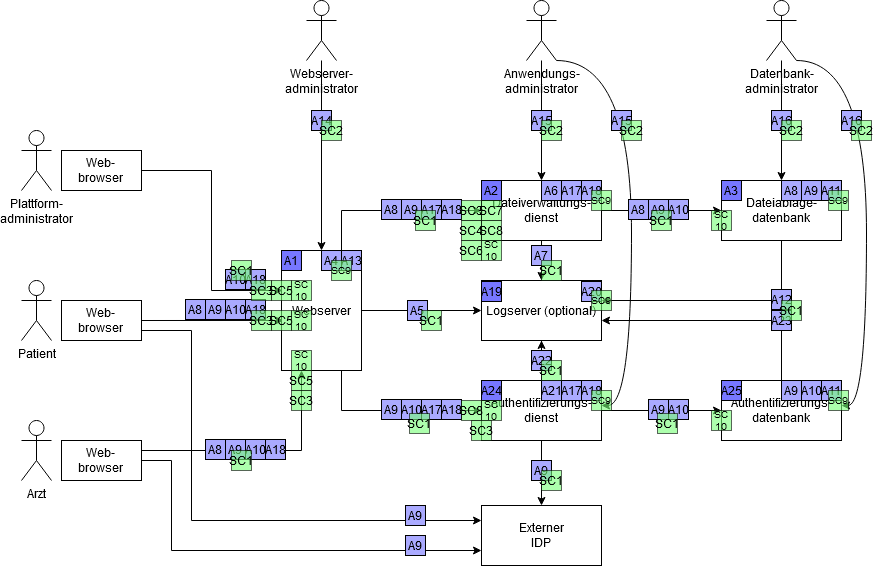
Earlier version of the draw.io export Dokumente/Architekturüberblick/Architekturüberblick (Schutzobjekte und Sicherheitsmaßnahmen).png (DavidFambach/Abgabe-ASE-Patientenakte). Source tidied: cells renumbered, new cells last; positions are measured from the earlier drawing's top-left corner, leaving out a move shared by most shapes.
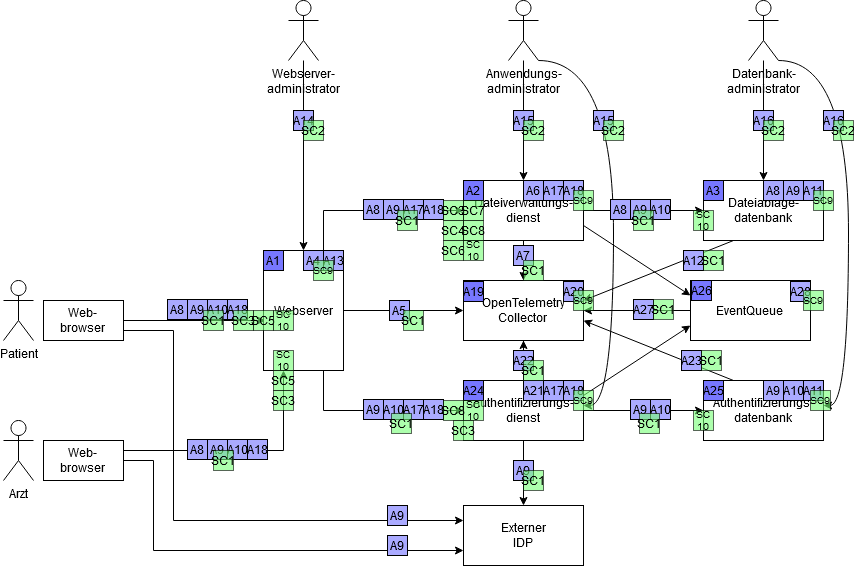
After the commit.

Commit message:
add RabbitMQ to Architekturüberblick

Diff of the diagram source:
```diff
@@ -8,11 +8,10 @@
     <mxCell id="3" value="Arzt" style="shape=umlActor;verticalLabelPosition=bottom;verticalAlign=top;html=1;" parent="1" vertex="1">
       <mxGeometry y="420" width="30" height="60" as="geometry" />
     </mxCell>
-    <mxCell id="4" value="&lt;div&gt;Plattform-&lt;/div&gt;&lt;div&gt;administrator&lt;/div&gt;" style="shape=umlActor;verticalLabelPosition=bottom;verticalAlign=top;html=1;" parent="1" vertex="1">
-      <mxGeometry y="130" width="30" height="60" as="geometry" />
-    </mxCell>
-    <mxCell id="5" style="rounded=0;jettySize=auto;html=1;exitX=1;exitY=0.5;exitDx=0;exitDy=0;entryX=0.025;entryY=0.583;entryDx=0;entryDy=0;startArrow=none;startFill=0;entryPerimeter=0;" parent="1" edge="1" source="6" target="34">
-      <mxGeometry relative="1" as="geometry" />
+    <mxCell id="5" style="rounded=0;jettySize=auto;html=1;exitX=1;exitY=0.5;exitDx=0;exitDy=0;entryX=0.025;entryY=0.583;entryDx=0;entryDy=0;startArrow=none;startFill=0;entryPerimeter=0;" parent="1" edge="1" target="34">
+      <mxGeometry relative="1" as="geometry">
+        <mxPoint x="220" y="320" as="sourcePoint" />
+      </mxGeometry>
     </mxCell>
     <mxCell id="6" value="&lt;div&gt;Web-&lt;/div&gt;&lt;div&gt;browser&lt;br&gt;&lt;/div&gt;" style="rounded=0;whiteSpace=wrap;html=1;" parent="1" vertex="1">
       <mxGeometry x="40" y="300" width="80" height="40" as="geometry" />
@@ -29,9 +28,6 @@
     <mxCell id="8" value="&lt;div&gt;Web-&lt;/div&gt;&lt;div&gt;browser&lt;br&gt;&lt;/div&gt;" style="rounded=0;whiteSpace=wrap;html=1;" parent="1" vertex="1">
       <mxGeometry x="40" y="440" width="80" height="40" as="geometry" />
     </mxCell>
-    <mxCell id="9" value="&lt;div&gt;Web-&lt;/div&gt;&lt;div&gt;browser&lt;br&gt;&lt;/div&gt;" style="rounded=0;whiteSpace=wrap;html=1;" parent="1" vertex="1">
-      <mxGeometry x="40" y="150" width="80" height="40" as="geometry" />
-    </mxCell>
     <mxCell id="10" value="&lt;div&gt;Externer&lt;/div&gt;&lt;div&gt;IDP&lt;br&gt;&lt;/div&gt;" style="rounded=0;whiteSpace=wrap;html=1;" parent="1" vertex="1">
       <mxGeometry x="460" y="505" width="120" height="60" as="geometry" />
     </mxCell>
@@ -41,22 +37,16 @@
     <mxCell id="12" style="edgeStyle=orthogonalEdgeStyle;rounded=0;jettySize=auto;html=1;exitX=0.5;exitY=1;exitDx=0;exitDy=0;entryX=0.5;entryY=0;entryDx=0;entryDy=0;" parent="1" edge="1" source="13" target="16">
       <mxGeometry relative="1" as="geometry" />
     </mxCell>
+    <mxCell id="141" style="edgeStyle=none;rounded=0;jettySize=auto;html=1;exitX=1;exitY=0.75;exitDx=0;exitDy=0;entryX=0;entryY=0.25;entryDx=0;entryDy=0;fontSize=17;" parent="1" edge="1" source="13" target="144">
+      <mxGeometry relative="1" as="geometry" />
+    </mxCell>
     <mxCell id="13" value="&lt;div&gt;Dateiverwaltungs-&lt;/div&gt;&lt;div&gt;dienst&lt;br&gt;&lt;/div&gt;" style="rounded=0;whiteSpace=wrap;html=1;" parent="1" vertex="1">
       <mxGeometry x="460" y="180" width="120" height="60" as="geometry" />
     </mxCell>
-    <mxCell id="14" style="edgeStyle=orthogonalEdgeStyle;rounded=0;jettySize=auto;html=1;exitX=0.5;exitY=1;exitDx=0;exitDy=0;" parent="1" edge="1" source="15">
-      <mxGeometry relative="1" as="geometry">
-        <mxPoint x="580" y="300" as="targetPoint" />
-        <Array as="points">
-          <mxPoint x="760" y="300" />
-          <mxPoint x="580" y="300" />
-        </Array>
-      </mxGeometry>
-    </mxCell>
     <mxCell id="15" value="Dateiablage-datenbank" style="rounded=0;whiteSpace=wrap;html=1;" parent="1" vertex="1">
       <mxGeometry x="700" y="180" width="120" height="60" as="geometry" />
     </mxCell>
-    <mxCell id="16" value="Logserver (optional)" style="rounded=0;whiteSpace=wrap;html=1;" parent="1" vertex="1">
+    <mxCell id="16" value="&lt;span&gt;&lt;span class=&quot;hcV4Re nkGKTb&quot;&gt;OpenTelemetry Collector&lt;br&gt;&lt;/span&gt;&lt;/span&gt;" style="rounded=0;whiteSpace=wrap;html=1;" parent="1" vertex="1">
       <mxGeometry x="460" y="280" width="120" height="60" as="geometry" />
     </mxCell>
     <mxCell id="17" style="edgeStyle=orthogonalEdgeStyle;rounded=0;jettySize=auto;html=1;startArrow=none;startFill=0;endArrow=classic;endFill=1;" parent="1" edge="1" source="19" target="13">
@@ -115,16 +105,15 @@
     <mxCell id="28" style="edgeStyle=orthogonalEdgeStyle;rounded=0;jettySize=auto;html=1;exitX=1;exitY=0.5;exitDx=0;exitDy=0;entryX=0;entryY=0.5;entryDx=0;entryDy=0;" parent="1" edge="1" source="29" target="31">
       <mxGeometry relative="1" as="geometry" />
     </mxCell>
+    <mxCell id="142" style="edgeStyle=none;rounded=0;jettySize=auto;html=1;exitX=1;exitY=0.25;exitDx=0;exitDy=0;entryX=0;entryY=0.75;entryDx=0;entryDy=0;fontSize=17;" parent="1" edge="1" source="29" target="144">
+      <mxGeometry relative="1" as="geometry" />
+    </mxCell>
     <mxCell id="29" value="&lt;div&gt;Authentifizierungs-&lt;/div&gt;&lt;div&gt;dienst&lt;br&gt;&lt;/div&gt;" style="rounded=0;whiteSpace=wrap;html=1;" parent="1" vertex="1">
       <mxGeometry x="460" y="380" width="120" height="60" as="geometry" />
     </mxCell>
-    <mxCell id="30" style="edgeStyle=orthogonalEdgeStyle;rounded=0;jettySize=auto;html=1;exitX=0.5;exitY=0;exitDx=0;exitDy=0;" parent="1" edge="1" source="31">
+    <mxCell id="30" style="rounded=0;jettySize=auto;html=1;exitX=0.25;exitY=0;exitDx=0;exitDy=0;startArrow=none;" parent="1" edge="1" source="31">
       <mxGeometry relative="1" as="geometry">
         <mxPoint x="580" y="320" as="targetPoint" />
-        <Array as="points">
-          <mxPoint x="760" y="320" />
-          <mxPoint x="580" y="320" />
-        </Array>
       </mxGeometry>
     </mxCell>
     <mxCell id="31" value="Authentifizierungs-datenbank" style="rounded=0;whiteSpace=wrap;html=1;" parent="1" vertex="1">
@@ -158,16 +147,6 @@
         <mxPoint x="520" y="460" as="targetPoint" />
       </mxGeometry>
     </mxCell>
-    <mxCell id="37" style="edgeStyle=orthogonalEdgeStyle;rounded=0;orthogonalLoop=1;jettySize=auto;html=1;exitX=1;exitY=0.5;exitDx=0;exitDy=0;entryX=0.013;entryY=0.333;entryDx=0;entryDy=0;entryPerimeter=0;" parent="1" edge="1">
-      <mxGeometry relative="1" as="geometry">
-        <mxPoint x="120" y="170" as="sourcePoint" />
-        <mxPoint x="261" y="290" as="targetPoint" />
-        <Array as="points">
-          <mxPoint x="190" y="170" />
-          <mxPoint x="190" y="290" />
-        </Array>
-      </mxGeometry>
-    </mxCell>
     <mxCell id="38" style="edgeStyle=orthogonalEdgeStyle;rounded=0;jettySize=auto;html=1;exitX=0.5;exitY=0;exitDx=0;exitDy=0;entryX=0.5;entryY=1;entryDx=0;entryDy=0;endArrow=none;" parent="1" edge="1" source="29" target="16">
       <mxGeometry relative="1" as="geometry" />
     </mxCell>
@@ -177,6 +156,23 @@
         <mxPoint x="520" y="505" as="targetPoint" />
       </mxGeometry>
     </mxCell>
+    <mxCell id="143" style="edgeStyle=none;rounded=0;jettySize=auto;html=1;exitX=0;exitY=0.5;exitDx=0;exitDy=0;entryX=1;entryY=0.5;entryDx=0;entryDy=0;fontSize=17;" parent="1" edge="1" source="144" target="16">
+      <mxGeometry relative="1" as="geometry" />
+    </mxCell>
+    <mxCell id="144" value="&lt;span&gt;EventQueue&lt;em&gt;&lt;br&gt;&lt;/em&gt;&lt;/span&gt;" style="rounded=0;whiteSpace=wrap;html=1;" parent="1" vertex="1">
+      <mxGeometry x="687" y="280" width="120" height="60" as="geometry" />
+    </mxCell>
+    <mxCell id="145" style="rounded=0;orthogonalLoop=1;jettySize=auto;html=1;exitX=0.25;exitY=1;exitDx=0;exitDy=0;" parent="1" edge="1">
+      <mxGeometry relative="1" as="geometry">
+        <mxPoint x="730" y="240" as="sourcePoint" />
+        <mxPoint x="580" y="300" as="targetPoint" />
+      </mxGeometry>
+    </mxCell>
+    <mxCell id="146" style="rounded=0;jettySize=auto;html=1;exitX=1;exitY=0.5;exitDx=0;exitDy=0;startArrow=none;startFill=0;endArrow=none;" parent="1" edge="1" source="6">
+      <mxGeometry relative="1" as="geometry">
+        <mxPoint x="220" y="320" as="targetPoint" />
+      </mxGeometry>
+    </mxCell>
     <mxCell id="40" value="Schutzobjekte" parent="0" />
     <mxCell id="41" value="A1" style="whiteSpace=wrap;html=1;fillColor=#7777FF;" parent="40" vertex="1">
       <mxGeometry x="260" y="250" width="20" height="20" as="geometry" />
@@ -209,7 +205,7 @@
       <mxGeometry x="800" y="180" width="20" height="20" as="geometry" />
     </mxCell>
     <mxCell id="51" value="A12" style="whiteSpace=wrap;html=1;fillColor=#aaaaFF;" parent="40" vertex="1">
-      <mxGeometry x="750" y="289" width="20" height="20" as="geometry" />
+      <mxGeometry x="680" y="250" width="20" height="20" as="geometry" />
     </mxCell>
     <mxCell id="52" value="A9" style="whiteSpace=wrap;html=1;fillColor=#aaaaFF;" parent="40" vertex="1">
       <mxGeometry x="184" y="299" width="20" height="20" as="geometry" />
@@ -289,12 +285,6 @@
     <mxCell id="77" value="A18" style="whiteSpace=wrap;html=1;fillColor=#aaaaFF;" parent="40" vertex="1">
       <mxGeometry x="244" y="439" width="20" height="20" as="geometry" />
     </mxCell>
-    <mxCell id="78" value="A10" style="whiteSpace=wrap;html=1;fillColor=#aaaaFF;" parent="40" vertex="1">
-      <mxGeometry x="204" y="269" width="20" height="20" as="geometry" />
-    </mxCell>
-    <mxCell id="79" value="A18" style="whiteSpace=wrap;html=1;fillColor=#aaaaFF;" parent="40" vertex="1">
-      <mxGeometry x="224" y="269" width="20" height="20" as="geometry" />
-    </mxCell>
     <mxCell id="80" value="A21" style="whiteSpace=wrap;html=1;fillColor=#aaaaFF;" parent="40" vertex="1">
       <mxGeometry x="520" y="380" width="20" height="20" as="geometry" />
     </mxCell>
@@ -322,9 +312,6 @@
     <mxCell id="88" value="A18" style="whiteSpace=wrap;html=1;fillColor=#aaaaFF;" parent="40" vertex="1">
       <mxGeometry x="420" y="399" width="20" height="20" as="geometry" />
     </mxCell>
-    <mxCell id="89" value="A23" style="whiteSpace=wrap;html=1;fillColor=#aaaaFF;" parent="40" vertex="1">
-      <mxGeometry x="750" y="310" width="20" height="20" as="geometry" />
-    </mxCell>
     <mxCell id="90" value="A24" style="whiteSpace=wrap;html=1;fillColor=#7777FF;" parent="40" vertex="1">
       <mxGeometry x="460" y="380" width="20" height="20" as="geometry" />
     </mxCell>
@@ -349,10 +336,19 @@
     <mxCell id="97" value="A22" style="whiteSpace=wrap;html=1;fillColor=#aaaaFF;" parent="40" vertex="1">
       <mxGeometry x="510" y="350" width="20" height="20" as="geometry" />
     </mxCell>
+    <mxCell id="89" value="A23" style="whiteSpace=wrap;html=1;fillColor=#aaaaFF;" parent="40" vertex="1">
+      <mxGeometry x="678" y="350" width="20" height="20" as="geometry" />
+    </mxCell>
+    <mxCell id="147" value="A26" style="whiteSpace=wrap;html=1;fillColor=#7777FF;" parent="40" vertex="1">
+      <mxGeometry x="688" y="280" width="20" height="20" as="geometry" />
+    </mxCell>
+    <mxCell id="148" value="A27" style="whiteSpace=wrap;html=1;fillColor=#aaaaFF;" parent="40" vertex="1">
+      <mxGeometry x="630" y="299" width="20" height="20" as="geometry" />
+    </mxCell>
+    <mxCell id="149" value="A28" style="whiteSpace=wrap;html=1;fillColor=#aaaaFF;" parent="40" vertex="1">
+      <mxGeometry x="787" y="281" width="20" height="20" as="geometry" />
+    </mxCell>
     <mxCell id="98" value="Sicherheitsmaßnahmen" parent="0" />
-    <mxCell id="99" value="SC1" style="whiteSpace=wrap;html=1;fillColor=#77FF77;opacity=60;" parent="98" vertex="1">
-      <mxGeometry x="210" y="260" width="20" height="20" as="geometry" />
-    </mxCell>
     <mxCell id="100" value="SC1" style="whiteSpace=wrap;html=1;fillColor=#77FF77;opacity=60;" parent="98" vertex="1">
       <mxGeometry x="394" y="210" width="20" height="20" as="geometry" />
     </mxCell>
@@ -360,7 +356,7 @@
       <mxGeometry x="630" y="210" width="20" height="20" as="geometry" />
     </mxCell>
     <mxCell id="102" value="SC1" style="whiteSpace=wrap;html=1;fillColor=#77FF77;opacity=60;" parent="98" vertex="1">
-      <mxGeometry x="760" y="300" width="20" height="20" as="geometry" />
+      <mxGeometry x="698" y="350" width="20" height="20" as="geometry" />
     </mxCell>
     <mxCell id="103" value="SC1" style="whiteSpace=wrap;html=1;fillColor=#77FF77;opacity=60;" parent="98" vertex="1">
       <mxGeometry x="520" y="260" width="20" height="20" as="geometry" />
@@ -374,18 +370,12 @@
     <mxCell id="106" value="SC2" style="whiteSpace=wrap;html=1;fillColor=#77FF77;opacity=60;" parent="98" vertex="1">
       <mxGeometry x="760" y="120" width="20" height="20" as="geometry" />
     </mxCell>
-    <mxCell id="107" value="SC3" style="whiteSpace=wrap;html=1;fillColor=#77FF77;opacity=60;" parent="98" vertex="1">
-      <mxGeometry x="230" y="280" width="20" height="20" as="geometry" />
-    </mxCell>
     <mxCell id="108" value="SC3" style="whiteSpace=wrap;html=1;fillColor=#77FF77;opacity=60;" parent="98" vertex="1">
       <mxGeometry x="440" y="200" width="20" height="20" as="geometry" />
     </mxCell>
     <mxCell id="109" value="SC4" style="whiteSpace=wrap;html=1;fillColor=#77FF77;opacity=60;" parent="98" vertex="1">
       <mxGeometry x="440" y="220" width="20" height="20" as="geometry" />
     </mxCell>
-    <mxCell id="110" value="SC5" style="whiteSpace=wrap;html=1;fillColor=#77FF77;opacity=60;" parent="98" vertex="1">
-      <mxGeometry x="250" y="280" width="20" height="20" as="geometry" />
-    </mxCell>
     <mxCell id="111" value="SC6" style="whiteSpace=wrap;html=1;fillColor=#77FF77;opacity=60;" parent="98" vertex="1">
       <mxGeometry x="440" y="240" width="20" height="20" as="geometry" />
     </mxCell>
@@ -395,9 +385,6 @@
     <mxCell id="113" value="SC8" style="whiteSpace=wrap;html=1;fillColor=#77FF77;opacity=60;" parent="98" vertex="1">
       <mxGeometry x="460" y="220" width="20" height="20" as="geometry" />
     </mxCell>
-    <mxCell id="114" value="SC&lt;br&gt;10" style="whiteSpace=wrap;html=1;fillColor=#77FF77;opacity=60;fontSize=10;" parent="98" vertex="1">
-      <mxGeometry x="270" y="280" width="20" height="20" as="geometry" />
-    </mxCell>
     <mxCell id="115" value="SC&lt;br&gt;10" style="whiteSpace=wrap;html=1;fillColor=#77FF77;opacity=60;fontSize=10;" parent="98" vertex="1">
       <mxGeometry x="460" y="240" width="20" height="20" as="geometry" />
     </mxCell>
@@ -411,7 +398,7 @@
       <mxGeometry x="570" y="190" width="20" height="20" as="geometry" />
     </mxCell>
     <mxCell id="119" value="SC9" style="whiteSpace=wrap;html=1;fillColor=#77FF77;opacity=60;fontSize=10;" parent="98" vertex="1">
-      <mxGeometry x="807" y="190" width="20" height="20" as="geometry" />
+      <mxGeometry x="800" y="290" width="20" height="20" as="geometry" />
     </mxCell>
     <mxCell id="120" value="SC9" style="whiteSpace=wrap;html=1;fillColor=#77FF77;opacity=60;fontSize=10;" parent="98" vertex="1">
       <mxGeometry x="570" y="290" width="20" height="20" as="geometry" />
@@ -476,5 +463,17 @@
     <mxCell id="140" value="SC1" style="whiteSpace=wrap;html=1;fillColor=#77FF77;opacity=60;" parent="98" vertex="1">
       <mxGeometry x="520" y="360" width="20" height="20" as="geometry" />
     </mxCell>
+    <mxCell id="150" value="SC1" style="whiteSpace=wrap;html=1;fillColor=#77FF77;opacity=60;" parent="98" vertex="1">
+      <mxGeometry x="700" y="250" width="20" height="20" as="geometry" />
+    </mxCell>
+    <mxCell id="151" value="SC1" style="whiteSpace=wrap;html=1;fillColor=#77FF77;opacity=60;" parent="98" vertex="1">
+      <mxGeometry x="200" y="310" width="20" height="20" as="geometry" />
+    </mxCell>
+    <mxCell id="152" value="SC9" style="whiteSpace=wrap;html=1;fillColor=#77FF77;opacity=60;fontSize=10;" parent="98" vertex="1">
+      <mxGeometry x="810" y="190" width="20" height="20" as="geometry" />
+    </mxCell>
+    <mxCell id="153" value="SC1" style="whiteSpace=wrap;html=1;fillColor=#77FF77;opacity=60;" parent="98" vertex="1">
+      <mxGeometry x="650" y="299" width="20" height="20" as="geometry" />
+    </mxCell>
   </root>
 </mxGraphModel>
```
